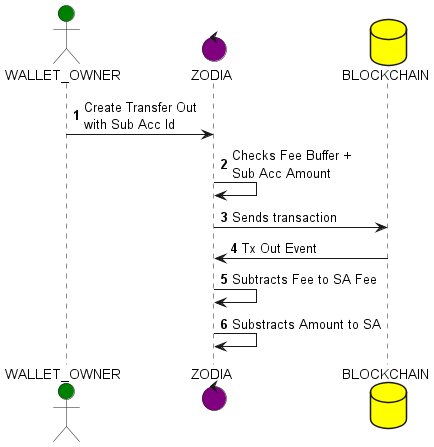
tjdragon/va keeps this PlantUML diagram as va-tx-out.png. Above is the earlier version. The source it was exported from:
```plantuml
@startuml

actor WALLET_OWNER #green
control ZODIA #purple
database BLOCKCHAIN #yellow

autonumber

WALLET_OWNER -> ZODIA: Create Transfer Out\nwith Sub Acc Id
ZODIA -> ZODIA: Checks Fee Buffer +\nSub Acc Amount
ZODIA -> BLOCKCHAIN: Sends transaction
BLOCKCHAIN -> ZODIA: Tx Out Event
ZODIA -> ZODIA: Subtracts Fee to SA Fee
ZODIA -> ZODIA: Substracts Amount to SA

@enduml
```
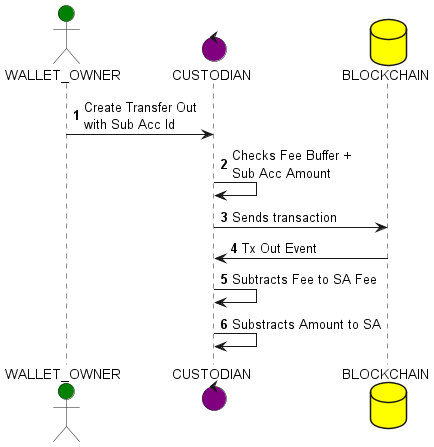
The same file after the commit.

What changed in the source:
```diff
@@ -1,16 +1,16 @@
 @startuml
 
 actor WALLET_OWNER #green
-control ZODIA #purple
+control CUSTODIAN #purple
 database BLOCKCHAIN #yellow
 
 autonumber
 
-WALLET_OWNER -> ZODIA: Create Transfer Out\nwith Sub Acc Id
-ZODIA -> ZODIA: Checks Fee Buffer +\nSub Acc Amount
-ZODIA -> BLOCKCHAIN: Sends transaction
-BLOCKCHAIN -> ZODIA: Tx Out Event
-ZODIA -> ZODIA: Subtracts Fee to SA Fee
-ZODIA -> ZODIA: Substracts Amount to SA
+WALLET_OWNER -> CUSTODIAN: Create Transfer Out\nwith Sub Acc Id
+CUSTODIAN -> CUSTODIAN: Checks Fee Buffer +\nSub Acc Amount
+CUSTODIAN -> BLOCKCHAIN: Sends transaction
+BLOCKCHAIN -> CUSTODIAN: Tx Out Event
+CUSTODIAN -> CUSTODIAN: Subtracts Fee to SA Fee
+CUSTODIAN -> CUSTODIAN: Substracts Amount to SA
 
 @enduml
```
